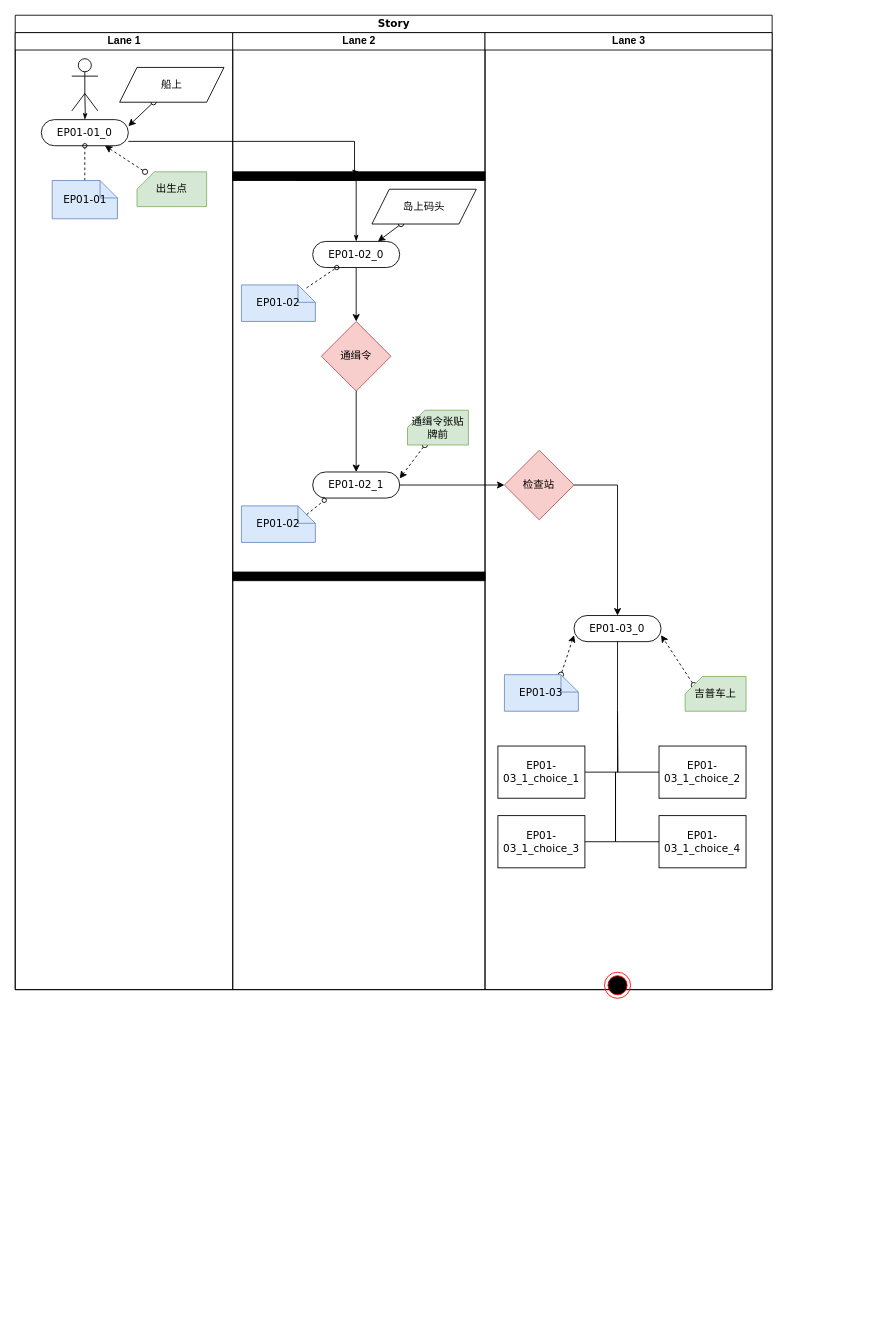
Above: page "关卡流程图" (1 of 2) of Tools/LevelDesignUML/LevelDesignUML_EP_01.drawio in kwh3884858/Hippocampus (draw.io), before the change. Source tidied: cells renumbered, new cells numbered last; positions are measured from the earlier drawing's top-left corner, leaving out a move shared by most shapes. Both pictures are drawn from the tidied source at 87%, with x=0, y=0 at pixel (15, 15).
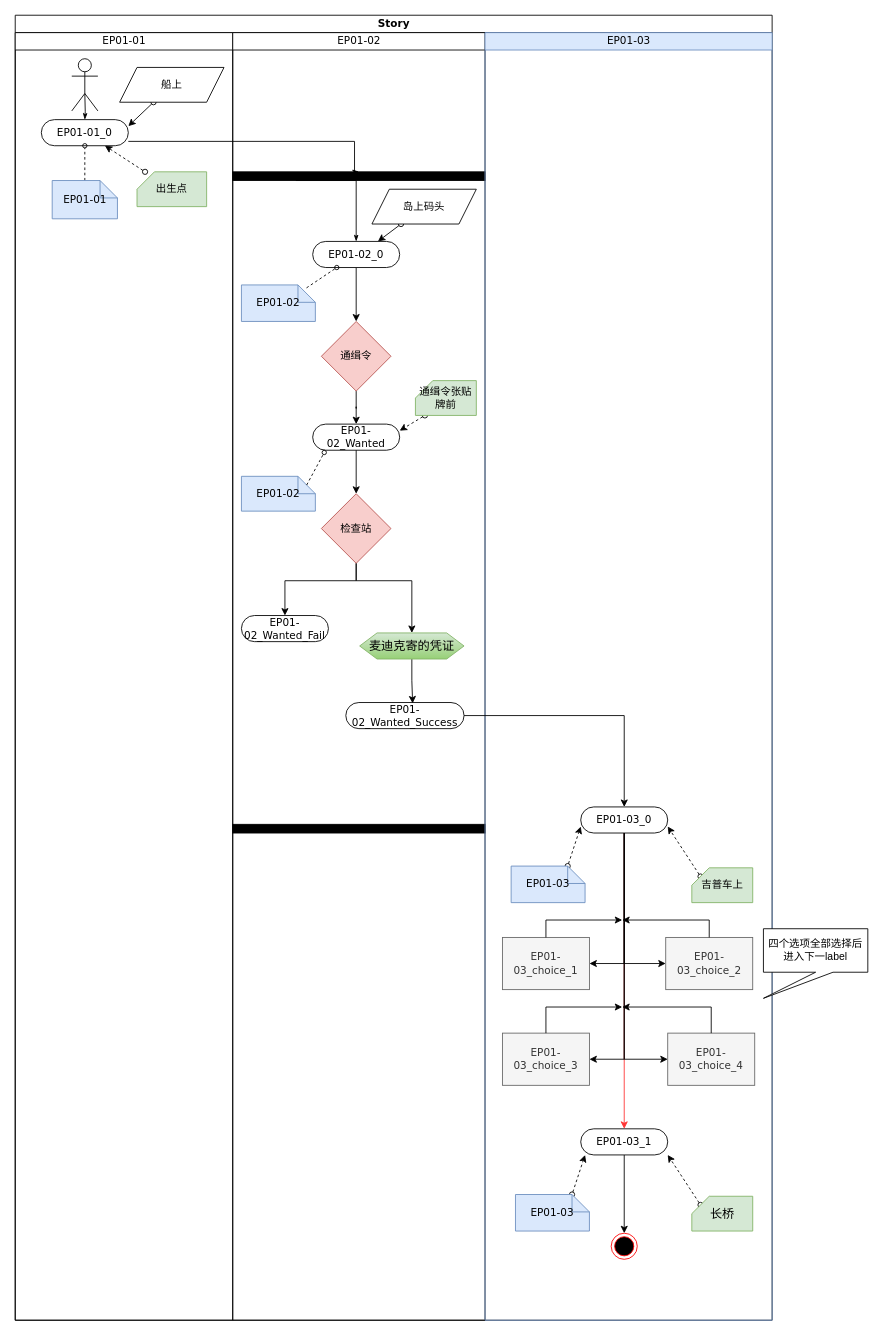
The same diagram, later.

The change refers to these unchanged cells:
```xml
<mxCell id="4" value="EP01-01_0" style="rounded=1;whiteSpace=wrap;html=1;shadow=0;comic=0;labelBackgroundColor=none;strokeWidth=1;fontFamily=Verdana;fontSize=12;align=center;arcSize=50;" parent="3" vertex="1">
  <mxGeometry x="30" y="100" width="100" height="30" as="geometry" />
</mxCell>
<mxCell id="14" style="whiteSpace=wrap;html=1;rounded=0;shadow=0;comic=0;labelBackgroundColor=none;strokeWidth=1;fillColor=#000000;fontFamily=Verdana;fontSize=12;align=center;rotation=0;" parent="13" vertex="1">
  <mxGeometry y="160" width="290" height="10" as="geometry" />
</mxCell>
```

Change to the diagram source:
```diff
@@
     <mxCell id="2" value="Story" style="swimlane;html=1;startSize=20;rounded=0;shadow=0;comic=0;labelBackgroundColor=none;strokeWidth=1;fontFamily=Verdana;fontSize=12;align=center;" parent="1" vertex="1">
-      <mxGeometry width="870" height="1120" as="geometry" />
+      <mxGeometry width="870" height="1500" as="geometry" />
     </mxCell>
-    <mxCell id="3" value="Lane 1" style="swimlane;html=1;startSize=20;" parent="2" vertex="1">
-      <mxGeometry y="20" width="250" height="1100" as="geometry" />
+    <mxCell id="3" value="&lt;span style=&quot;font-family: &amp;#34;verdana&amp;#34; ; font-weight: 400&quot;&gt;EP01-01&lt;/span&gt;" style="swimlane;html=1;startSize=20;" parent="2" vertex="1">
+      <mxGeometry y="20" width="250" height="1480" as="geometry" />
     </mxCell>
@@
+    <mxCell id="52" style="edgeStyle=orthogonalEdgeStyle;rounded=0;html=1;entryX=0.5;entryY=0;labelBackgroundColor=none;startArrow=none;startFill=0;startSize=5;endArrow=classicThin;endFill=1;endSize=5;jettySize=auto;strokeWidth=1;fontFamily=Verdana;fontSize=12;" parent="2" edge="1" source="4" target="14">
+      <mxGeometry relative="1" as="geometry">
+        <Array as="points">
+          <mxPoint x="390" y="145" />
+        </Array>
+      </mxGeometry>
+    </mxCell>
-    <mxCell id="13" value="Lane 2" style="swimlane;html=1;startSize=20;" parent="2" vertex="1">
-      <mxGeometry x="250" y="20" width="290" height="1100" as="geometry" />
+    <mxCell id="13" value="&lt;span style=&quot;font-family: &amp;#34;verdana&amp;#34; ; font-weight: 400&quot;&gt;EP01-02&lt;/span&gt;" style="swimlane;html=1;startSize=20;" parent="2" vertex="1">
+      <mxGeometry x="250" y="20" width="290" height="1480" as="geometry" />
     </mxCell>
@@
-    <mxCell id="20" style="edgeStyle=none;rounded=0;jettySize=auto;html=1;dashed=1;startArrow=oval;startFill=0;entryX=1;entryY=0.25;entryDx=0;entryDy=0;" parent="13" edge="1" source="21" target="25">
-      <mxGeometry relative="1" as="geometry" />
+    <mxCell id="20" style="edgeStyle=none;rounded=0;jettySize=auto;html=1;dashed=1;startArrow=oval;startFill=0;entryX=1;entryY=0.25;entryDx=0;entryDy=0;" parent="13" edge="1" target="25">
+      <mxGeometry relative="1" as="geometry">
+        <mxPoint x="220.9" y="440" as="sourcePoint" />
+      </mxGeometry>
     </mxCell>
     <mxCell id="21" value="通缉令张贴牌前" style="shape=card;whiteSpace=wrap;html=1;size=20;fillColor=#d5e8d4;strokeColor=#82b366;" parent="13" vertex="1">
-      <mxGeometry x="200.9" y="434" width="70" height="40" as="geometry" />
+      <mxGeometry x="210" y="400" width="70" height="40" as="geometry" />
     </mxCell>
     <mxCell id="22" style="whiteSpace=wrap;html=1;rounded=0;shadow=0;comic=0;labelBackgroundColor=none;strokeWidth=1;fillColor=#000000;fontFamily=Verdana;fontSize=12;align=center;rotation=0;" parent="13" vertex="1">
-      <mxGeometry y="620" width="290" height="10" as="geometry" />
+      <mxGeometry y="910" width="290" height="10" as="geometry" />
     </mxCell>
@@
-    <mxCell id="25" value="EP01-02_1" style="rounded=1;whiteSpace=wrap;html=1;shadow=0;comic=0;labelBackgroundColor=none;strokeWidth=1;fontFamily=Verdana;fontSize=12;align=center;arcSize=50;" parent="13" vertex="1">
-      <mxGeometry x="91.9" y="505" width="100" height="30" as="geometry" />
+    <mxCell id="25" value="EP01-02_Wanted" style="rounded=1;whiteSpace=wrap;html=1;shadow=0;comic=0;labelBackgroundColor=none;strokeWidth=1;fontFamily=Verdana;fontSize=12;align=center;arcSize=50;" parent="13" vertex="1">
+      <mxGeometry x="91.9" y="450" width="100" height="30" as="geometry" />
     </mxCell>
     <mxCell id="26" value="EP01-02" style="shape=note;whiteSpace=wrap;html=1;rounded=0;shadow=0;comic=0;labelBackgroundColor=none;strokeWidth=1;fontFamily=Verdana;fontSize=12;align=center;size=20;fillColor=#dae8fc;strokeColor=#6c8ebf;" parent="13" vertex="1">
-      <mxGeometry x="10" y="544" width="85" height="42" as="geometry" />
+      <mxGeometry x="10" y="510" width="85" height="40" as="geometry" />
     </mxCell>
-    <mxCell id="27" style="edgeStyle=none;rounded=0;html=1;labelBackgroundColor=none;startArrow=none;startFill=0;startSize=5;endArrow=oval;endFill=0;endSize=5;jettySize=auto;strokeWidth=1;fontFamily=Verdana;fontSize=12;dashed=1;exitX=0;exitY=0;exitDx=75;exitDy=10;exitPerimeter=0;entryX=0.133;entryY=1.087;entryDx=0;entryDy=0;entryPerimeter=0;" parent="13" edge="1" source="26" target="25">
-      <mxGeometry relative="1" as="geometry" />
+    <mxCell id="27" style="edgeStyle=none;rounded=0;html=1;labelBackgroundColor=none;startArrow=none;startFill=0;startSize=5;endArrow=oval;endFill=0;endSize=5;jettySize=auto;strokeWidth=1;fontFamily=Verdana;fontSize=12;dashed=1;exitX=0;exitY=0;exitDx=75;exitDy=10;exitPerimeter=0;entryX=0.133;entryY=1.087;entryDx=0;entryDy=0;entryPerimeter=0;" parent="13" edge="1" target="25">
+      <mxGeometry relative="1" as="geometry">
+        <mxPoint x="85" y="520" as="sourcePoint" />
+      </mxGeometry>
     </mxCell>
@@
+    <mxCell id="56" style="edgeStyle=orthogonalEdgeStyle;rounded=0;jettySize=auto;html=1;entryX=0.5;entryY=0;entryDx=0;entryDy=0;strokeColor=#000000;" parent="13" edge="1" source="44" target="60">
+      <mxGeometry relative="1" as="geometry">
+        <Array as="points">
+          <mxPoint x="142" y="630" />
+          <mxPoint x="206" y="630" />
+        </Array>
+      </mxGeometry>
+    </mxCell>
+    <mxCell id="44" value="检查站" style="rhombus;whiteSpace=wrap;html=1;align=center;fillColor=#f8cecc;strokeColor=#b85450;" parent="13" vertex="1">
+      <mxGeometry x="101.9" y="530" width="80" height="80" as="geometry" />
+    </mxCell>
+    <mxCell id="53" style="edgeStyle=orthogonalEdgeStyle;rounded=0;jettySize=auto;html=1;entryX=0.5;entryY=0;entryDx=0;entryDy=0;" parent="13" edge="1" source="25" target="44">
+      <mxGeometry relative="1" as="geometry" />
+    </mxCell>
+    <mxCell id="57" value="EP01-02_Wanted_Fail" style="rounded=1;whiteSpace=wrap;html=1;shadow=0;comic=0;labelBackgroundColor=none;strokeWidth=1;fontFamily=Verdana;fontSize=12;align=center;arcSize=50;" parent="13" vertex="1">
+      <mxGeometry x="10" y="670" width="100" height="30" as="geometry" />
+    </mxCell>
+    <mxCell id="58" value="EP01-02_Wanted_Success" style="rounded=1;whiteSpace=wrap;html=1;shadow=0;comic=0;labelBackgroundColor=none;strokeWidth=1;fontFamily=Verdana;fontSize=12;align=center;arcSize=50;" parent="13" vertex="1">
+      <mxGeometry x="130" y="770" width="135.9" height="30" as="geometry" />
+    </mxCell>
+    <mxCell id="59" style="edgeStyle=orthogonalEdgeStyle;rounded=0;jettySize=auto;html=1;entryX=0.565;entryY=0.033;entryDx=0;entryDy=0;entryPerimeter=0;strokeColor=#000000;" parent="13" edge="1" source="60" target="58">
+      <mxGeometry relative="1" as="geometry" />
+    </mxCell>
+    <mxCell id="60" value="&lt;span style=&quot;font-size: 10.5pt&quot;&gt;麦迪克寄的凭证&lt;/span&gt;" style="shape=hexagon;perimeter=hexagonPerimeter2;whiteSpace=wrap;html=1;fixedSize=1;gradientColor=#97d077;fillColor=#d5e8d4;strokeColor=#82b366;" parent="13" vertex="1">
+      <mxGeometry x="145.9" y="690" width="120" height="30" as="geometry" />
+    </mxCell>
-    <mxCell id="30" value="Lane 3" style="swimlane;html=1;startSize=20;" parent="2" vertex="1">
-      <mxGeometry x="540" y="20" width="330" height="1100" as="geometry" />
+    <mxCell id="30" value="&lt;span style=&quot;font-family: &amp;#34;verdana&amp;#34; ; font-weight: 400&quot;&gt;EP01-03&lt;/span&gt;" style="swimlane;html=1;startSize=20;fillColor=#dae8fc;strokeColor=#6c8ebf;" parent="2" vertex="1">
+      <mxGeometry x="540" y="20" width="330" height="1480" as="geometry" />
     </mxCell>
@@
+    <mxCell id="61" style="edgeStyle=orthogonalEdgeStyle;rounded=0;jettySize=auto;html=1;entryX=0.5;entryY=0;entryDx=0;entryDy=0;strokeColor=#FF3333;" parent="30" edge="1" source="38" target="66">
+      <mxGeometry relative="1" as="geometry" />
+    </mxCell>
+    <mxCell id="62" style="edgeStyle=orthogonalEdgeStyle;rounded=0;jettySize=auto;html=1;entryX=1;entryY=0.5;entryDx=0;entryDy=0;" parent="30" edge="1" source="38" target="48">
+      <mxGeometry relative="1" as="geometry" />
+    </mxCell>
+    <mxCell id="63" style="edgeStyle=orthogonalEdgeStyle;rounded=0;jettySize=auto;html=1;entryX=0;entryY=0.5;entryDx=0;entryDy=0;" parent="30" edge="1" source="38" target="50">
+      <mxGeometry relative="1" as="geometry" />
+    </mxCell>
+    <mxCell id="64" style="edgeStyle=orthogonalEdgeStyle;rounded=0;jettySize=auto;html=1;entryX=1;entryY=0.5;entryDx=0;entryDy=0;strokeColor=#000000;" parent="30" edge="1" source="38" target="51">
+      <mxGeometry relative="1" as="geometry" />
+    </mxCell>
     <mxCell id="38" value="EP01-03_0" style="rounded=1;whiteSpace=wrap;html=1;shadow=0;comic=0;labelBackgroundColor=none;strokeWidth=1;fontFamily=Verdana;fontSize=12;align=center;arcSize=50;" parent="30" vertex="1">
-      <mxGeometry x="102.3" y="670" width="100" height="30" as="geometry" />
+      <mxGeometry x="110" y="890" width="100" height="30" as="geometry" />
     </mxCell>
@@
     <mxCell id="40" value="吉普车上" style="shape=card;whiteSpace=wrap;html=1;size=20;fillColor=#d5e8d4;strokeColor=#82b366;" parent="30" vertex="1">
-      <mxGeometry x="230" y="740" width="70" height="40" as="geometry" />
+      <mxGeometry x="237.7" y="960" width="70" height="40" as="geometry" />
     </mxCell>
@@
     <mxCell id="42" style="ellipse;html=1;shape=endState;fillColor=#000000;strokeColor=#ff0000;" parent="30" vertex="1">
-      <mxGeometry x="137.3" y="1080" width="30" height="30" as="geometry" />
+      <mxGeometry x="145" y="1380" width="30" height="30" as="geometry" />
     </mxCell>
     <mxCell id="43" value="EP01-03" style="shape=note;whiteSpace=wrap;html=1;rounded=0;shadow=0;comic=0;labelBackgroundColor=none;strokeWidth=1;fontFamily=Verdana;fontSize=12;align=center;size=20;fillColor=#dae8fc;strokeColor=#6c8ebf;" parent="30" vertex="1">
-      <mxGeometry x="22.3" y="738" width="85" height="42" as="geometry" />
+      <mxGeometry x="30" y="958" width="85" height="42" as="geometry" />
     </mxCell>
-    <mxCell id="44" value="检查站" style="rhombus;whiteSpace=wrap;html=1;align=center;fillColor=#f8cecc;strokeColor=#b85450;" parent="30" vertex="1">
-      <mxGeometry x="22.3" y="480" width="80" height="80" as="geometry" />
-    </mxCell>
-    <mxCell id="45" style="edgeStyle=orthogonalEdgeStyle;rounded=0;jettySize=auto;html=1;entryX=0.5;entryY=0;entryDx=0;entryDy=0;exitX=1;exitY=0.5;exitDx=0;exitDy=0;" parent="30" edge="1" source="44" target="38">
-      <mxGeometry relative="1" as="geometry">
-        <Array as="points">
-          <mxPoint x="152" y="520" />
-        </Array>
-      </mxGeometry>
-    </mxCell>
-    <mxCell id="46" style="edgeStyle=orthogonalEdgeStyle;startArrow=none;endArrow=none;rounded=0;targetPortConstraint=eastwest;sourcePortConstraint=northsouth;" parent="30" edge="1" target="48">
-      <mxGeometry relative="1" as="geometry">
-        <mxPoint x="152.3" y="780" as="sourcePoint" />
-      </mxGeometry>
-    </mxCell>
-    <mxCell id="47" style="edgeStyle=orthogonalEdgeStyle;startArrow=none;endArrow=none;rounded=0;targetPortConstraint=eastwest;sourcePortConstraint=northsouth;exitX=0.5;exitY=1;exitDx=0;exitDy=0;" parent="30" edge="1" source="38" target="49">
-      <mxGeometry relative="1" as="geometry">
-        <Array as="points">
-          <mxPoint x="152" y="850" />
-        </Array>
-      </mxGeometry>
-    </mxCell>
-    <mxCell id="48" value="&lt;span style=&quot;font-family: &amp;#34;verdana&amp;#34;&quot;&gt;EP01-03_1_choice_1&lt;/span&gt;" style="whiteSpace=wrap;html=1;align=center;verticalAlign=middle;" parent="30" vertex="1">
-      <mxGeometry x="14.8" y="820" width="100" height="60" as="geometry" />
+    <mxCell id="48" value="&lt;span style=&quot;font-family: &amp;#34;verdana&amp;#34;&quot;&gt;EP01-03_choice_1&lt;/span&gt;" style="whiteSpace=wrap;html=1;align=center;verticalAlign=middle;fillColor=#f5f5f5;strokeColor=#666666;fontColor=#333333;" parent="30" vertex="1" collapsed="1">
+      <mxGeometry x="20" y="1040" width="100" height="60" as="geometry" />
     </mxCell>
-    <mxCell id="49" value="&lt;span style=&quot;font-family: &amp;#34;verdana&amp;#34;&quot;&gt;EP01-03_1_choice_2&lt;/span&gt;" style="whiteSpace=wrap;html=1;align=center;verticalAlign=middle;" parent="30" vertex="1">
-      <mxGeometry x="200" y="820" width="100" height="60" as="geometry" />
+    <mxCell id="49" value="&lt;span style=&quot;font-family: &amp;#34;verdana&amp;#34;&quot;&gt;EP01-03_choice_2&lt;/span&gt;" style="whiteSpace=wrap;html=1;align=center;verticalAlign=middle;fillColor=#f5f5f5;strokeColor=#666666;fontColor=#333333;" parent="30" vertex="1" collapsed="1">
+      <mxGeometry x="207.7" y="1040" width="100" height="60" as="geometry" />
     </mxCell>
-    <mxCell id="50" value="&lt;span style=&quot;font-family: &amp;#34;verdana&amp;#34;&quot;&gt;EP01-03_1_choice_4&lt;/span&gt;" style="whiteSpace=wrap;html=1;align=center;verticalAlign=middle;" parent="30" vertex="1">
-      <mxGeometry x="200" y="900" width="100" height="60" as="geometry" />
+    <mxCell id="50" value="&lt;span style=&quot;font-family: &amp;#34;verdana&amp;#34;&quot;&gt;EP01-03_choice_4&lt;/span&gt;" style="whiteSpace=wrap;html=1;align=center;verticalAlign=middle;fillColor=#f5f5f5;strokeColor=#666666;fontColor=#333333;" parent="30" vertex="1">
+      <mxGeometry x="210" y="1150" width="100" height="60" as="geometry" />
     </mxCell>
-    <mxCell id="51" value="&lt;span style=&quot;font-family: &amp;#34;verdana&amp;#34;&quot;&gt;EP01-03_1_choice_3&lt;/span&gt;" style="whiteSpace=wrap;html=1;align=center;verticalAlign=middle;" parent="30" vertex="1">
-      <mxGeometry x="14.8" y="900" width="100" height="60" as="geometry" />
+    <mxCell id="51" value="&lt;span style=&quot;font-family: &amp;#34;verdana&amp;#34;&quot;&gt;EP01-03_choice_3&lt;/span&gt;" style="whiteSpace=wrap;html=1;align=center;verticalAlign=middle;fillColor=#f5f5f5;strokeColor=#666666;fontColor=#333333;" parent="30" vertex="1">
+      <mxGeometry x="20" y="1150" width="100" height="60" as="geometry" />
     </mxCell>
-    <mxCell id="52" style="edgeStyle=orthogonalEdgeStyle;rounded=0;html=1;entryX=0.5;entryY=0;labelBackgroundColor=none;startArrow=none;startFill=0;startSize=5;endArrow=classicThin;endFill=1;endSize=5;jettySize=auto;strokeWidth=1;fontFamily=Verdana;fontSize=12;" parent="2" edge="1" source="4" target="14">
-      <mxGeometry relative="1" as="geometry">
-        <Array as="points">
-          <mxPoint x="390" y="145" />
-        </Array>
-      </mxGeometry>
-    </mxCell>
-    <mxCell id="53" style="edgeStyle=orthogonalEdgeStyle;rounded=0;jettySize=auto;html=1;entryX=0;entryY=0.5;entryDx=0;entryDy=0;" parent="2" edge="1" source="25" target="44">
-      <mxGeometry relative="1" as="geometry" />
-    </mxCell>
-    <mxCell id="54" style="edgeStyle=orthogonalEdgeStyle;startArrow=none;endArrow=none;rounded=0;targetPortConstraint=eastwest;sourcePortConstraint=northsouth;entryX=1;entryY=0.5;entryDx=0;entryDy=0;" parent="1" edge="1" target="51">
-      <mxGeometry relative="1" as="geometry">
-        <mxPoint x="690" y="870" as="sourcePoint" />
-        <Array as="points">
-          <mxPoint x="690" y="950" />
-        </Array>
-      </mxGeometry>
-    </mxCell>
-    <mxCell id="55" style="edgeStyle=orthogonalEdgeStyle;startArrow=none;endArrow=none;rounded=0;targetPortConstraint=eastwest;sourcePortConstraint=northsouth;entryX=0;entryY=0.5;entryDx=0;entryDy=0;" parent="1" edge="1" target="50">
-      <mxGeometry relative="1" as="geometry">
-        <mxPoint x="690" y="870" as="sourcePoint" />
-        <Array as="points">
-          <mxPoint x="690" y="950" />
-        </Array>
-      </mxGeometry>
-    </mxCell>
+    <mxCell id="65" style="edgeStyle=orthogonalEdgeStyle;rounded=0;jettySize=auto;html=1;entryX=0.5;entryY=0;entryDx=0;entryDy=0;strokeColor=#000000;" parent="30" edge="1" source="66" target="42">
+      <mxGeometry relative="1" as="geometry" />
+    </mxCell>
+    <mxCell id="66" value="EP01-03_1" style="rounded=1;whiteSpace=wrap;html=1;shadow=0;comic=0;labelBackgroundColor=none;strokeWidth=1;fontFamily=Verdana;fontSize=12;align=center;arcSize=50;" parent="30" vertex="1">
+      <mxGeometry x="110" y="1260" width="100" height="30" as="geometry" />
+    </mxCell>
+    <mxCell id="67" style="edgeStyle=none;rounded=0;jettySize=auto;html=1;entryX=1;entryY=0.75;entryDx=0;entryDy=0;dashed=1;startArrow=oval;startFill=0;exitX=0;exitY=0;exitDx=10;exitDy=10;exitPerimeter=0;" parent="30" edge="1" source="68">
+      <mxGeometry relative="1" as="geometry">
+        <mxPoint x="210" y="1290" as="targetPoint" />
+      </mxGeometry>
+    </mxCell>
+    <mxCell id="68" value="&lt;span style=&quot;font-size: 14px&quot;&gt;长桥&lt;/span&gt;" style="shape=card;whiteSpace=wrap;html=1;size=20;fillColor=#d5e8d4;strokeColor=#82b366;" parent="30" vertex="1">
+      <mxGeometry x="237.7" y="1337.5" width="70" height="40" as="geometry" />
+    </mxCell>
+    <mxCell id="47" style="edgeStyle=orthogonalEdgeStyle;rounded=0;jettySize=auto;html=1;entryX=0;entryY=0.5;entryDx=0;entryDy=0;exitX=0.5;exitY=1;exitDx=0;exitDy=0;" parent="30" edge="1" source="38" target="49">
+      <mxGeometry relative="1" as="geometry" />
+    </mxCell>
+    <mxCell id="69" style="edgeStyle=none;rounded=0;jettySize=auto;html=1;entryX=0;entryY=0.75;entryDx=0;entryDy=0;dashed=1;startArrow=oval;startFill=0;exitX=0;exitY=0;exitDx=65;exitDy=0;exitPerimeter=0;" parent="30" edge="1" source="70">
+      <mxGeometry relative="1" as="geometry">
+        <mxPoint x="115" y="1290" as="targetPoint" />
+      </mxGeometry>
+    </mxCell>
+    <mxCell id="70" value="EP01-03" style="shape=note;whiteSpace=wrap;html=1;rounded=0;shadow=0;comic=0;labelBackgroundColor=none;strokeWidth=1;fontFamily=Verdana;fontSize=12;align=center;size=20;fillColor=#dae8fc;strokeColor=#6c8ebf;" parent="30" vertex="1">
+      <mxGeometry x="35" y="1335.5" width="85" height="42" as="geometry" />
+    </mxCell>
+    <mxCell id="71" style="edgeStyle=orthogonalEdgeStyle;rounded=0;jettySize=auto;html=1;entryX=0.5;entryY=0;entryDx=0;entryDy=0;strokeColor=#000000;" parent="2" edge="1" source="58" target="38">
+      <mxGeometry relative="1" as="geometry" />
+    </mxCell>
+    <mxCell id="72" style="edgeStyle=orthogonalEdgeStyle;rounded=0;jettySize=auto;html=1;" parent="1" edge="1" source="48">
+      <mxGeometry relative="1" as="geometry">
+        <mxPoint x="697.7" y="1040" as="targetPoint" />
+        <Array as="points">
+          <mxPoint x="609.7" y="1040" />
+        </Array>
+      </mxGeometry>
+    </mxCell>
+    <mxCell id="73" style="edgeStyle=orthogonalEdgeStyle;rounded=0;jettySize=auto;html=1;" parent="1" edge="1" source="49">
+      <mxGeometry relative="1" as="geometry">
+        <mxPoint x="697.7" y="1040" as="targetPoint" />
+        <Array as="points">
+          <mxPoint x="797.7" y="1040" />
+          <mxPoint x="737.7" y="1040" />
+        </Array>
+      </mxGeometry>
+    </mxCell>
+    <mxCell id="74" style="edgeStyle=orthogonalEdgeStyle;rounded=0;jettySize=auto;html=1;strokeColor=#000000;" parent="1" edge="1" source="51">
+      <mxGeometry relative="1" as="geometry">
+        <mxPoint x="697.7" y="1140" as="targetPoint" />
+        <Array as="points">
+          <mxPoint x="609.7" y="1140" />
+          <mxPoint x="697.7" y="1140" />
+        </Array>
+      </mxGeometry>
+    </mxCell>
+    <mxCell id="75" style="edgeStyle=orthogonalEdgeStyle;rounded=0;jettySize=auto;html=1;strokeColor=#000000;" parent="1" edge="1" source="50">
+      <mxGeometry relative="1" as="geometry">
+        <mxPoint x="697.7" y="1140" as="targetPoint" />
+        <Array as="points">
+          <mxPoint x="799.7" y="1140" />
+        </Array>
+      </mxGeometry>
+    </mxCell>
+    <mxCell id="76" value="四个选项全部选择后进入下一label" style="shape=callout;whiteSpace=wrap;html=1;perimeter=calloutPerimeter;position2=0;" parent="1" vertex="1">
+      <mxGeometry x="860" y="1050" width="120" height="80" as="geometry" />
+    </mxCell>
+    <mxCell id="77" style="edgeStyle=orthogonalEdgeStyle;rounded=0;jettySize=auto;html=1;strokeColor=#000000;" parent="1" edge="1" source="44">
+      <mxGeometry relative="1" as="geometry">
+        <mxPoint x="310" y="690" as="targetPoint" />
+        <Array as="points">
+          <mxPoint x="392" y="650" />
+          <mxPoint x="310" y="650" />
+        </Array>
+      </mxGeometry>
+    </mxCell>
```
